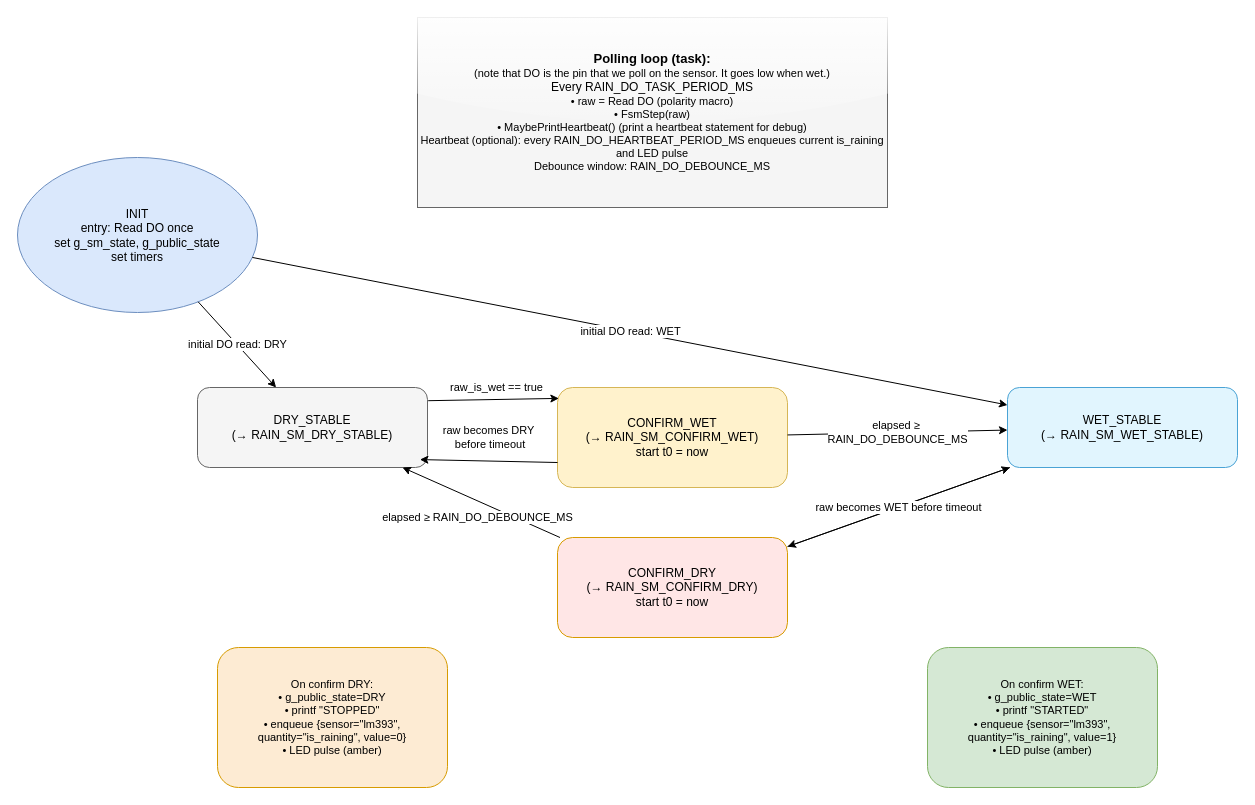
Earlier version of the draw.io diagram page "LM393 State Machine Diagram" (5 of 9) of tinyml_home_weather_forecasting.drawio (rishi-latchmepersad/TinyML-Home-Weather-Forecasting). Source tidied: cells renumbered, new cells numbered last; positions are measured from the earlier drawing's top-left corner, leaving out a move shared by most shapes. Both pictures are drawn from the tidied source at 100%, with x=0, y=0 at pixel (17, 17).
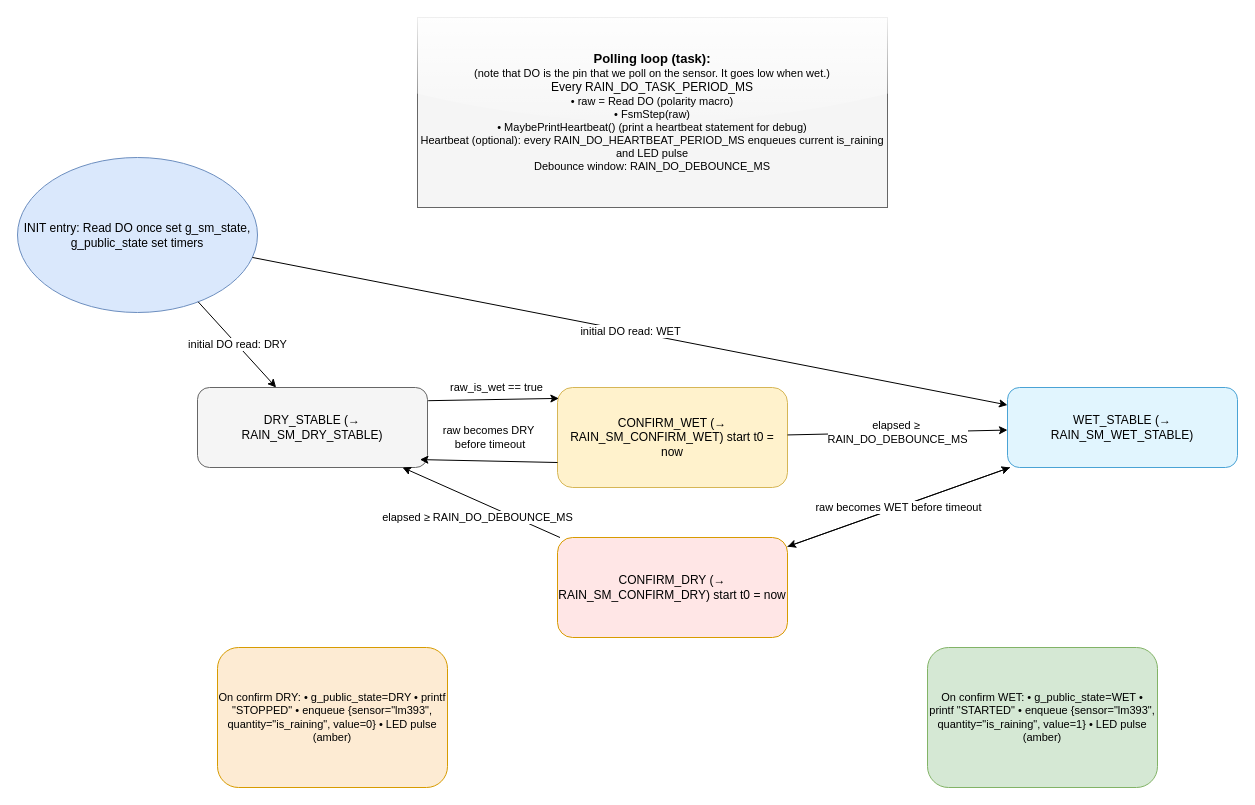
The same page after the edit.

Change to the diagram source:
```diff
@@
 <mxGraphModel>
   <root>
     <mxCell id="0" />
     <mxCell id="1" parent="0" />
-    <mxCell id="2" value="INIT&#10;entry: Read DO once&#10;set g_sm_state, g_public_state&#10;set timers" style="ellipse;whiteSpace=wrap;html=1;fillColor=#dae8fc;strokeColor=#6c8ebf;" parent="1" vertex="1">
+    <mxCell id="2" value="INIT entry: Read DO once set g_sm_state, g_public_state set timers" style="ellipse;whiteSpace=wrap;html=1;fillColor=#dae8fc;strokeColor=#6c8ebf;" parent="1" vertex="1">
       <mxGeometry y="140" width="240" height="155" as="geometry" />
     </mxCell>
-    <mxCell id="3" value="DRY_STABLE&#10;(→ RAIN_SM_DRY_STABLE)" style="rounded=1;whiteSpace=wrap;html=1;fillColor=#f5f5f5;strokeColor=#666666;" parent="1" vertex="1">
+    <mxCell id="3" value="DRY_STABLE (→ RAIN_SM_DRY_STABLE)" style="rounded=1;whiteSpace=wrap;html=1;fillColor=#f5f5f5;strokeColor=#666666;" parent="1" vertex="1">
       <mxGeometry x="180" y="370" width="230" height="80" as="geometry" />
     </mxCell>
-    <mxCell id="4" value="CONFIRM_WET&#10;(→ RAIN_SM_CONFIRM_WET)&#10;start t0 = now" style="rounded=1;whiteSpace=wrap;html=1;fillColor=#fff2cc;strokeColor=#d6b656;" parent="1" vertex="1">
+    <mxCell id="4" value="CONFIRM_WET (→ RAIN_SM_CONFIRM_WET) start t0 = now" style="rounded=1;whiteSpace=wrap;html=1;fillColor=#fff2cc;strokeColor=#d6b656;" parent="1" vertex="1">
       <mxGeometry x="540" y="370" width="230" height="100" as="geometry" />
     </mxCell>
-    <mxCell id="5" value="WET_STABLE&#10;(→ RAIN_SM_WET_STABLE)" style="rounded=1;whiteSpace=wrap;html=1;fillColor=#e1f5fe;strokeColor=#4aa3d5;" parent="1" vertex="1">
+    <mxCell id="5" value="WET_STABLE (→ RAIN_SM_WET_STABLE)" style="rounded=1;whiteSpace=wrap;html=1;fillColor=#e1f5fe;strokeColor=#4aa3d5;" parent="1" vertex="1">
       <mxGeometry x="990" y="370" width="230" height="80" as="geometry" />
     </mxCell>
-    <mxCell id="6" value="CONFIRM_DRY&#10;(→ RAIN_SM_CONFIRM_DRY)&#10;start t0 = now" style="rounded=1;whiteSpace=wrap;html=1;fillColor=#ffe6e6;strokeColor=#d79b00;" parent="1" vertex="1">
+    <mxCell id="6" value="CONFIRM_DRY (→ RAIN_SM_CONFIRM_DRY) start t0 = now" style="rounded=1;whiteSpace=wrap;html=1;fillColor=#ffe6e6;strokeColor=#d79b00;" parent="1" vertex="1">
       <mxGeometry x="540" y="520" width="230" height="100" as="geometry" />
     </mxCell>
     <mxCell id="7" value="&lt;b&gt;&lt;font style=&quot;font-size: 13px;&quot;&gt;Polling loop (task):&lt;/font&gt;&lt;/b&gt;&lt;div&gt;(note that DO is the pin that we poll on the sensor. It goes low when wet.)&lt;br&gt;&lt;font style=&quot;font-size: 12px;&quot;&gt;Every RAIN_DO_TASK_PERIOD_MS&lt;/font&gt;&lt;br&gt;• raw = Read DO (polarity macro)&lt;br&gt;• FsmStep(raw)&lt;br&gt;• MaybePrintHeartbeat() (print a heartbeat statement for debug)&lt;br&gt;Heartbeat (optional): every RAIN_DO_HEARTBEAT_PERIOD_MS enqueues current is_raining and LED pulse&lt;br&gt;Debounce window: RAIN_DO_DEBOUNCE_MS&lt;/div&gt;" style="rounded=0;whiteSpace=wrap;html=1;fillColor=#f5f5f5;strokeColor=#666666;fontSize=11;glass=1;" parent="1" vertex="1">
       <mxGeometry x="400" width="470" height="190" as="geometry" />
     </mxCell>
-    <mxCell id="8" value="On confirm WET:&#10;• g_public_state=WET&#10;• printf &quot;STARTED&quot;&#10;• enqueue {sensor=&quot;lm393&quot;, quantity=&quot;is_raining&quot;, value=1}&#10;• LED pulse (amber)" style="rounded=1;whiteSpace=wrap;html=1;fillColor=#d5e8d4;strokeColor=#82b366;fontSize=11;" parent="1" vertex="1">
+    <mxCell id="8" value="On confirm WET: • g_public_state=WET • printf &quot;STARTED&quot; • enqueue {sensor=&quot;lm393&quot;, quantity=&quot;is_raining&quot;, value=1} • LED pulse (amber)" style="rounded=1;whiteSpace=wrap;html=1;fillColor=#d5e8d4;strokeColor=#82b366;fontSize=11;" parent="1" vertex="1">
       <mxGeometry x="910" y="630" width="230" height="140" as="geometry" />
     </mxCell>
-    <mxCell id="9" value="On confirm DRY:&#10;• g_public_state=DRY&#10;• printf &quot;STOPPED&quot;&#10;• enqueue {sensor=&quot;lm393&quot;, quantity=&quot;is_raining&quot;, value=0}&#10;• LED pulse (amber)" style="rounded=1;whiteSpace=wrap;html=1;fillColor=#fdebd3;strokeColor=#d79b00;fontSize=11;" parent="1" vertex="1">
+    <mxCell id="9" value="On confirm DRY: • g_public_state=DRY • printf &quot;STOPPED&quot; • enqueue {sensor=&quot;lm393&quot;, quantity=&quot;is_raining&quot;, value=0} • LED pulse (amber)" style="rounded=1;whiteSpace=wrap;html=1;fillColor=#fdebd3;strokeColor=#d79b00;fontSize=11;" parent="1" vertex="1">
       <mxGeometry x="200" y="630" width="230" height="140" as="geometry" />
     </mxCell>
     <mxCell id="10" value="initial DO read: DRY" style="endArrow=classic;html=1;" parent="1" edge="1" source="2" target="3">
       <mxGeometry relative="1" as="geometry" />
     </mxCell>
     <mxCell id="11" value="initial DO read: WET" style="endArrow=classic;html=1;" parent="1" edge="1" source="2" target="5">
       <mxGeometry relative="1" as="geometry" />
     </mxCell>
     <mxCell id="12" value="raw_is_wet == true" style="endArrow=classic;html=1;exitX=1.003;exitY=0.165;exitDx=0;exitDy=0;exitPerimeter=0;entryX=0.006;entryY=0.109;entryDx=0;entryDy=0;entryPerimeter=0;" parent="1" edge="1" source="3" target="4">
       <mxGeometry x="0.06" y="12" relative="1" as="geometry" />
     </mxCell>
     <mxCell id="13" value="raw becomes DRY&lt;div&gt;&amp;nbsp;before timeout&lt;/div&gt;" style="endArrow=classic;html=1;entryX=0.967;entryY=0.901;entryDx=0;entryDy=0;exitX=0;exitY=0.75;exitDx=0;exitDy=0;entryPerimeter=0;" parent="1" edge="1" source="4" target="3">
       <mxGeometry x="0.02" y="-24" relative="1" as="geometry" />
     </mxCell>
     <mxCell id="14" value="elapsed ≥&amp;nbsp;&lt;div&gt;RAIN_DO_DEBOUNCE_MS&lt;/div&gt;" style="endArrow=classic;html=1;" parent="1" edge="1" source="4" target="5">
       <mxGeometry relative="1" as="geometry" />
     </mxCell>
     <mxCell id="15" value="raw_is_wet == false" style="endArrow=classic;html=1;" parent="1" edge="1" source="5" target="6">
       <mxGeometry relative="1" as="geometry" />
     </mxCell>
     <mxCell id="16" value="raw becomes WET before timeout" style="endArrow=classic;html=1;" parent="1" edge="1" source="6" target="5">
       <mxGeometry relative="1" as="geometry" />
     </mxCell>
     <mxCell id="17" value="elapsed ≥ RAIN_DO_DEBOUNCE_MS" style="endArrow=classic;html=1;" parent="1" edge="1" source="6" target="3">
       <mxGeometry x="-0.03" y="15" relative="1" as="geometry" />
     </mxCell>
   </root>
 </mxGraphModel>
```
